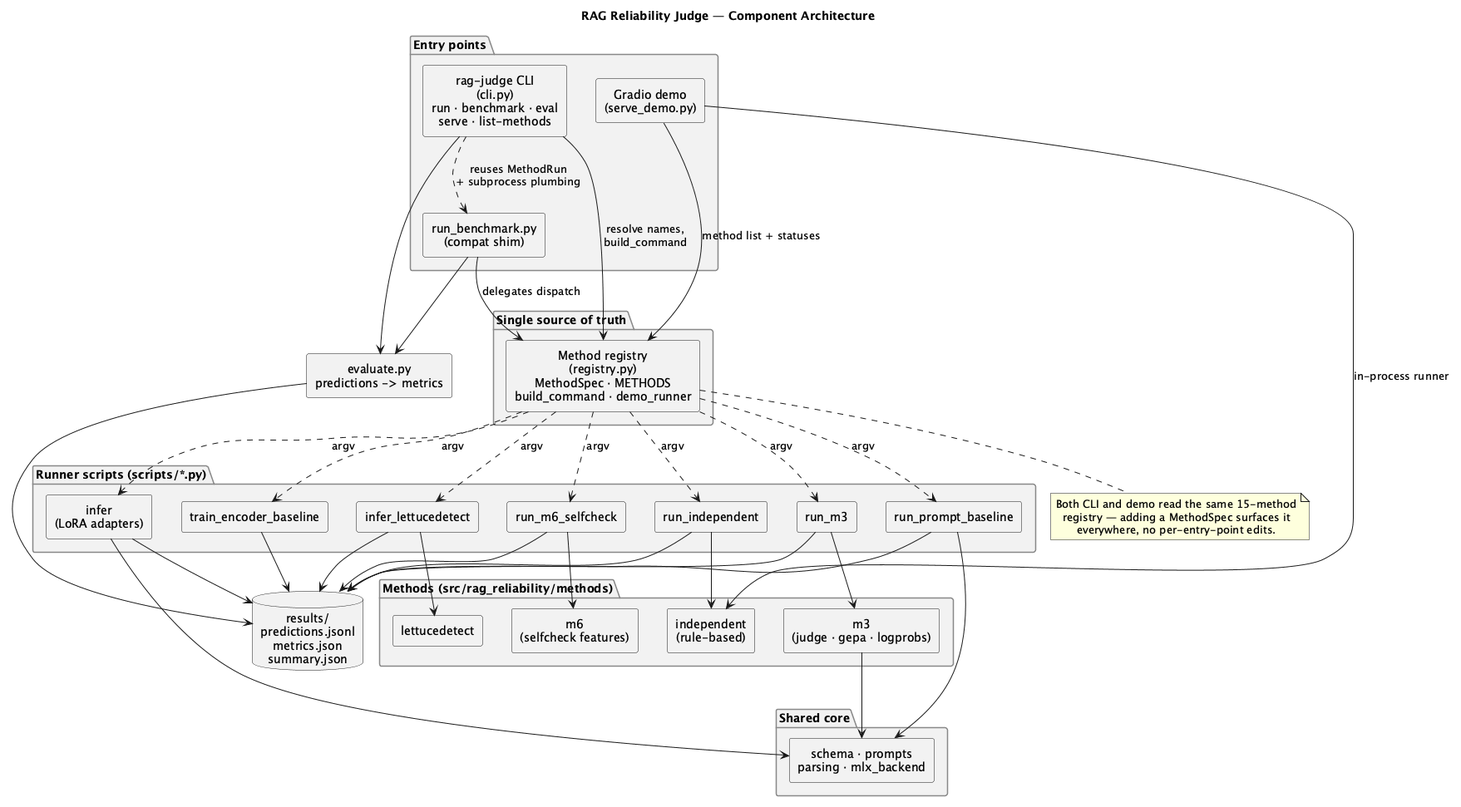
Above: docs/diagrams/architecture.png in MurkaSelebry/rag-reliability (PlantUML), before the change. Its diagram source:
```plantuml
@startuml architecture
title RAG Reliability Judge — Component Architecture

skinparam componentStyle rectangle
skinparam shadowing false
skinparam defaultTextAlignment center
skinparam rectangle {
  BorderColor #555555
  BackgroundColor #FBFBFB
}
skinparam package {
  BorderColor #888888
  BackgroundColor #F2F2F2
}

package "Entry points" {
  [rag-judge CLI\n(cli.py)\nrun · benchmark · eval\nserve · list-methods] as CLI
  [Gradio demo\n(serve_demo.py)] as DEMO
  [run_benchmark.py\n(compat shim)] as BENCH
}

package "Single source of truth" {
  [Method registry\n(registry.py)\nMethodSpec · METHODS\nbuild_command · demo_runner] as REG
}

package "Methods (src/rag_reliability/methods)" {
  [m3\n(judge · gepa · logprobs)] as M3
  [m6\n(selfcheck features)] as M6
  [lettucedetect] as LD
  [independent\n(rule-based)] as IND
}

package "Shared core" {
  [schema · prompts\nparsing · mlx_backend] as CORE
}

package "Runner scripts (scripts/*.py)" {
  [run_prompt_baseline] as S_PROMPT
  [infer\n(LoRA adapters)] as S_INFER
  [run_m3] as S_M3
  [run_m6_selfcheck] as S_M6
  [infer_lettucedetect] as S_LD
  [train_encoder_baseline] as S_ENC
  [run_independent] as S_IND
}

[evaluate.py\npredictions -> metrics] as EVAL
database "results/\npredictions.jsonl\nmetrics.json\nsummary.json" as OUT

CLI --> REG : resolve names,\nbuild_command
BENCH --> REG : delegates dispatch
DEMO --> REG : method list + statuses

CLI ..> BENCH : reuses MethodRun\n+ subprocess plumbing

REG ..> S_PROMPT : argv
REG ..> S_INFER : argv
REG ..> S_M3 : argv
REG ..> S_M6 : argv
REG ..> S_LD : argv
REG ..> S_ENC : argv
REG ..> S_IND : argv

S_M3 --> M3
S_M6 --> M6
S_LD --> LD
S_IND --> IND
S_PROMPT --> CORE
S_INFER --> CORE
M3 --> CORE
DEMO --> IND : in-process runner

S_PROMPT --> OUT
S_INFER --> OUT
S_M3 --> OUT
S_M6 --> OUT
S_LD --> OUT
S_ENC --> OUT
S_IND --> OUT

CLI --> EVAL
BENCH --> EVAL
EVAL --> OUT

note bottom of REG
  Both CLI and demo read the same 15-method
  registry — adding a MethodSpec surfaces it
  everywhere, no per-entry-point edits.
end note

@enduml
```
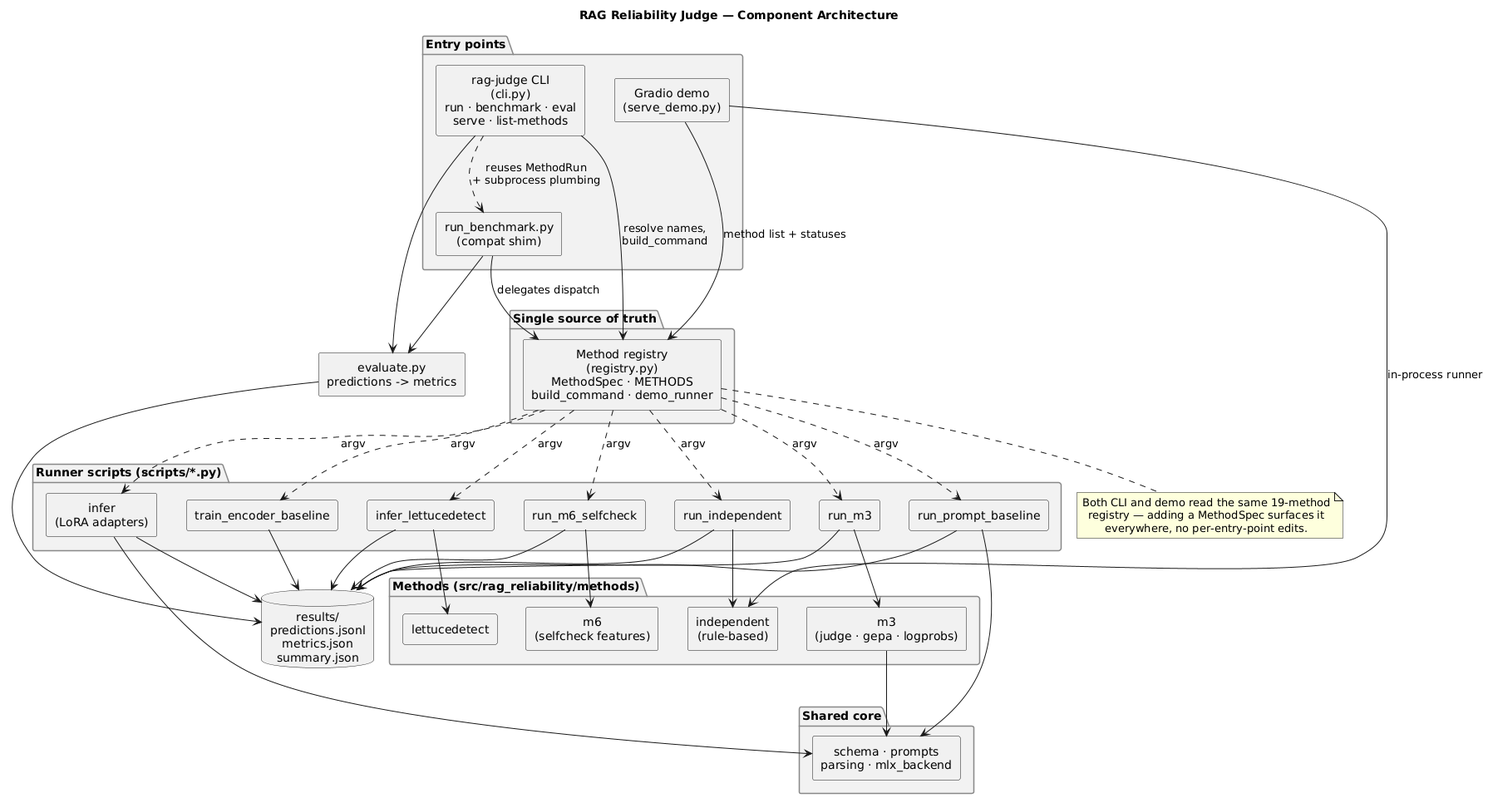
The same file after the commit.

Diff of the diagram source:
```diff
@@ -83,7 +83,7 @@
 EVAL --> OUT
 
 note bottom of REG
-  Both CLI and demo read the same 15-method
+  Both CLI and demo read the same 19-method
   registry — adding a MethodSpec surfaces it
   everywhere, no per-entry-point edits.
 end note
```
